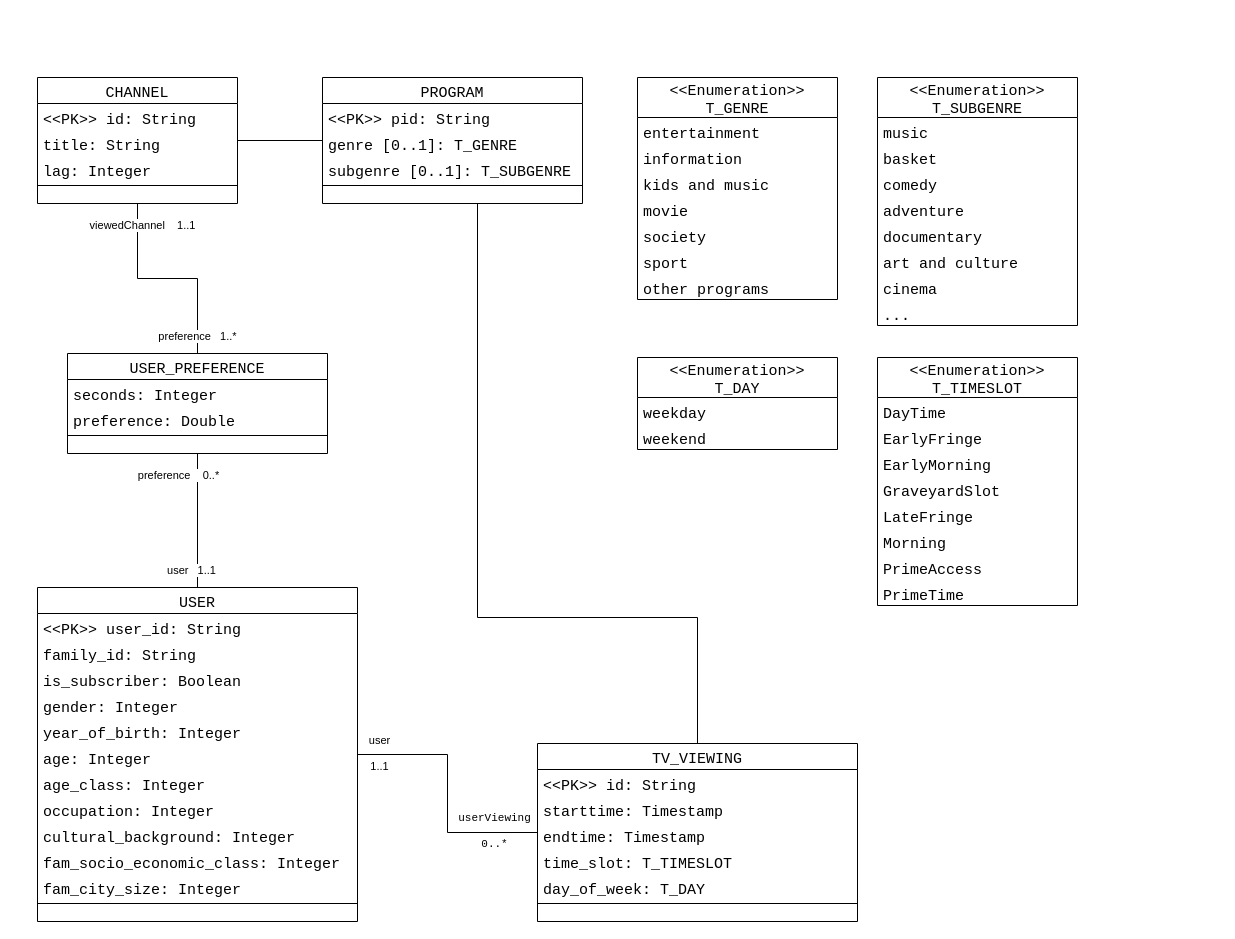
This is page "Conceptual Design" (1 of 2) of report/Auditel.drawio from CriDiba/couchbase-project, a draw.io file, before an edit. Source tidied: cells renumbered, new cells numbered last; positions are measured from the earlier drawing's top-left corner, leaving out a move shared by most shapes. Both pictures are drawn from the tidied source at 100%, with x=0, y=0 at pixel (37, 77).
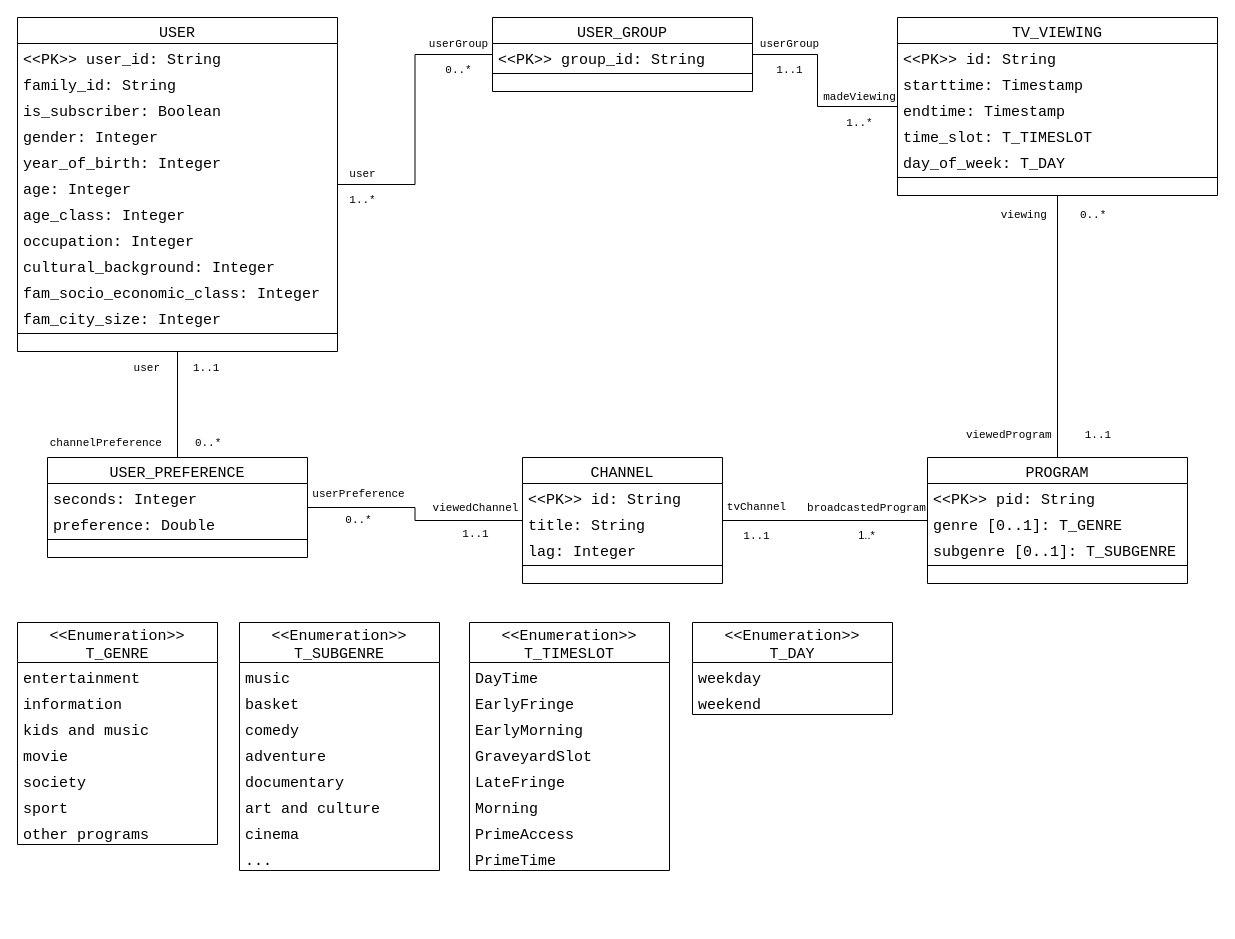
After the change.

Unchanged cells that the change refers to:
```xml
<mxCell id="8" style="edgeStyle=orthogonalEdgeStyle;rounded=0;jettySize=auto;html=1;endArrow=none;endFill=0;" parent="1" edge="1" source="9" target="2">
  <mxGeometry relative="1" as="geometry" />
</mxCell>
<mxCell id="32" style="edgeStyle=orthogonalEdgeStyle;rounded=0;jettySize=auto;html=1;endArrow=none;endFill=0;" parent="1" edge="1" source="38" target="55">
  <mxGeometry relative="1" as="geometry" />
</mxCell>
```

Change to the diagram source:
```diff
@@
     <mxCell id="2" value="CHANNEL" style="swimlane;fontStyle=0;horizontal=1;startSize=26;fillColor=none;fontFamily=Courier New;fontSize=15;" parent="1" vertex="1">
-      <mxGeometry width="200" height="126" as="geometry" />
+      <mxGeometry x="485" y="380" width="200" height="126" as="geometry" />
     </mxCell>
@@
+    <mxCell id="81" value="&lt;div&gt;&lt;font face=&quot;Courier New&quot;&gt;tvChannel&lt;/font&gt;&lt;/div&gt;&lt;div&gt;&lt;font face=&quot;Courier New&quot;&gt;&lt;br&gt;&lt;/font&gt;&lt;/div&gt;&lt;div&gt;&lt;font face=&quot;Courier New&quot;&gt;1..1&lt;/font&gt;&lt;br&gt;&lt;/div&gt;" style="edgeLabel;html=1;align=center;verticalAlign=middle;labelBackgroundColor=none;" parent="8" vertex="1">
+      <mxGeometry x="0.74" relative="1" as="geometry">
+        <mxPoint x="6" as="offset" />
+      </mxGeometry>
+    </mxCell>
+    <mxCell id="82" value="&lt;div&gt;&lt;font face=&quot;Courier New&quot;&gt;broadcastedProgram&lt;/font&gt;&lt;/div&gt;&lt;div&gt;&lt;font face=&quot;Courier New&quot;&gt;&lt;br&gt;&lt;/font&gt;&lt;/div&gt;1..*" style="edgeLabel;html=1;align=center;verticalAlign=middle;labelBackgroundColor=none;" parent="8" vertex="1">
+      <mxGeometry x="-0.56" y="-2" relative="1" as="geometry">
+        <mxPoint x="-17" y="2" as="offset" />
+      </mxGeometry>
+    </mxCell>
     <mxCell id="9" value="PROGRAM" style="swimlane;fontStyle=0;horizontal=1;startSize=26;fillColor=none;fontFamily=Courier New;fontSize=15;" parent="1" vertex="1">
-      <mxGeometry x="285" width="260" height="126" as="geometry" />
+      <mxGeometry x="890" y="380" width="260" height="126" as="geometry" />
     </mxCell>
@@
     <mxCell id="15" value="&lt;&lt;Enumeration&gt;&gt;&#10;T_GENRE" style="swimlane;fontStyle=0;horizontal=1;startSize=40;fillColor=none;fontFamily=Courier New;fontSize=15;" parent="1" vertex="1">
-      <mxGeometry x="600" width="200" height="222" as="geometry" />
+      <mxGeometry x="-20" y="545" width="200" height="222" as="geometry" />
     </mxCell>
@@
     <mxCell id="23" value="&lt;&lt;Enumeration&gt;&gt;&#10;T_SUBGENRE" style="swimlane;fontStyle=0;horizontal=1;startSize=40;fillColor=none;fontFamily=Courier New;fontSize=15;" parent="1" vertex="1">
-      <mxGeometry x="840" width="200" height="248" as="geometry" />
+      <mxGeometry x="202" y="545" width="200" height="248" as="geometry" />
     </mxCell>
@@
-    <mxCell id="33" value="preference&amp;nbsp;&amp;nbsp;&amp;nbsp; 0..*" style="edgeLabel;html=1;align=center;verticalAlign=middle;" parent="32" vertex="1">
+    <mxCell id="33" value="&lt;div&gt;&lt;font face=&quot;Courier New&quot;&gt;channelPreference&amp;nbsp;&amp;nbsp;&amp;nbsp;&amp;nbsp; 0..*&lt;/font&gt;&lt;/div&gt;" style="edgeLabel;html=1;align=center;verticalAlign=middle;labelBackgroundColor=none;" parent="32" vertex="1">
       <mxGeometry x="0.69" relative="1" as="geometry">
-        <mxPoint x="-20" as="offset" />
+        <mxPoint x="-43" y="1" as="offset" />
       </mxGeometry>
     </mxCell>
-    <mxCell id="34" value="user&amp;nbsp;&amp;nbsp; 1..1" style="edgeLabel;html=1;align=center;verticalAlign=middle;" parent="32" vertex="1">
+    <mxCell id="34" value="&lt;font face=&quot;Courier New&quot;&gt;user&amp;nbsp;&amp;nbsp;&amp;nbsp;&amp;nbsp; 1..1&lt;/font&gt;" style="edgeLabel;html=1;align=center;verticalAlign=middle;labelBackgroundColor=none;" parent="32" vertex="1">
       <mxGeometry x="-0.73" y="1" relative="1" as="geometry">
-        <mxPoint x="-6" as="offset" />
+        <mxPoint x="-3" y="2" as="offset" />
       </mxGeometry>
     </mxCell>
-    <mxCell id="35" style="edgeStyle=orthogonalEdgeStyle;rounded=0;jettySize=auto;html=1;endArrow=none;endFill=0;" parent="1" edge="1" source="38" target="61">
-      <mxGeometry relative="1" as="geometry" />
-    </mxCell>
-    <mxCell id="36" value="&lt;pre dir=&quot;ltr&quot; style=&quot;&quot; id=&quot;tw-target-text&quot; class=&quot;tw-data-text tw-text-large tw-ta&quot;&gt;&lt;span class=&quot;Y2IQFc&quot; lang=&quot;en&quot;&gt;userVi&lt;/span&gt;&lt;span class=&quot;Y2IQFc&quot; lang=&quot;en&quot;&gt;ewing&lt;/span&gt;&lt;br&gt;&lt;br&gt;0..*&lt;br&gt;&lt;/pre&gt;" style="edgeLabel;html=1;align=center;verticalAlign=middle;labelBackgroundColor=none;" parent="35" vertex="1">
-      <mxGeometry x="0.82" y="4" relative="1" as="geometry">
-        <mxPoint x="-21" y="2" as="offset" />
-      </mxGeometry>
-    </mxCell>
-    <mxCell id="37" value="&lt;div&gt;user&lt;/div&gt;&lt;div&gt;&lt;br&gt;&lt;/div&gt;&lt;div&gt;1..1&lt;/div&gt;" style="edgeLabel;html=1;align=center;verticalAlign=middle;labelBackgroundColor=none;" parent="35" vertex="1">
-      <mxGeometry x="-0.84" y="2" relative="1" as="geometry" />
-    </mxCell>
+    <mxCell id="83" style="edgeStyle=orthogonalEdgeStyle;rounded=0;jettySize=auto;html=1;fontFamily=Courier New;endArrow=none;endFill=0;" parent="1" edge="1" source="38" target="92">
+      <mxGeometry relative="1" as="geometry" />
+    </mxCell>
+    <mxCell id="84" value="&lt;div&gt;user&lt;/div&gt;&lt;div&gt;&lt;br&gt;&lt;/div&gt;&lt;div&gt;1..*&lt;br&gt;&lt;/div&gt;" style="edgeLabel;html=1;align=center;verticalAlign=middle;fontFamily=Courier New;labelBackgroundColor=none;" parent="83" vertex="1">
+      <mxGeometry x="-0.84" y="-2" relative="1" as="geometry">
+        <mxPoint x="1" as="offset" />
+      </mxGeometry>
+    </mxCell>
+    <mxCell id="85" value="&lt;div&gt;userGroup&lt;/div&gt;&lt;div&gt;&lt;br&gt;&lt;/div&gt;&lt;div&gt;0..*&lt;br&gt;&lt;/div&gt;" style="edgeLabel;html=1;align=center;verticalAlign=middle;fontFamily=Courier New;labelBackgroundColor=none;" parent="83" vertex="1">
+      <mxGeometry x="0.8" y="-2" relative="1" as="geometry">
+        <mxPoint x="-7" as="offset" />
+      </mxGeometry>
+    </mxCell>
     <mxCell id="38" value="USER" style="swimlane;fontStyle=0;horizontal=1;startSize=26;fillColor=none;fontFamily=Courier New;fontSize=15;" parent="1" vertex="1">
-      <mxGeometry y="510" width="320" height="334" as="geometry" />
+      <mxGeometry x="-20" y="-60" width="320" height="334" as="geometry" />
     </mxCell>
@@
-    <mxCell id="52" style="edgeStyle=orthogonalEdgeStyle;rounded=0;jettySize=auto;html=1;endArrow=none;endFill=0;" parent="1" edge="1" source="55" target="2">
-      <mxGeometry relative="1" as="geometry">
-        <Array as="points">
-          <mxPoint x="160" y="201" />
-          <mxPoint x="100" y="201" />
-        </Array>
-      </mxGeometry>
+    <mxCell id="52" style="edgeStyle=orthogonalEdgeStyle;rounded=0;jettySize=auto;html=1;fontFamily=Courier New;endArrow=none;endFill=0;" parent="1" edge="1" source="55" target="2">
+      <mxGeometry relative="1" as="geometry" />
     </mxCell>
-    <mxCell id="53" value="preference&amp;nbsp;&amp;nbsp; 1..*" style="edgeLabel;html=1;align=center;verticalAlign=middle;" parent="52" vertex="1">
-      <mxGeometry x="-0.83" y="1" relative="1" as="geometry" />
-    </mxCell>
-    <mxCell id="54" value="&lt;div&gt;viewedChannel&amp;nbsp;&amp;nbsp;&amp;nbsp; 1..1&lt;/div&gt;" style="edgeLabel;html=1;align=center;verticalAlign=middle;" parent="52" vertex="1">
-      <mxGeometry x="0.8" y="-4" relative="1" as="geometry" />
+    <mxCell id="54" value="&lt;div&gt;viewedChannel&lt;/div&gt;&lt;div&gt;&lt;br&gt;&lt;/div&gt;&lt;div&gt;1..1&lt;/div&gt;" style="edgeLabel;html=1;align=center;verticalAlign=middle;fontFamily=Courier New;labelBackgroundColor=none;" parent="52" vertex="1">
+      <mxGeometry x="0.45" relative="1" as="geometry">
+        <mxPoint x="15" as="offset" />
+      </mxGeometry>
     </mxCell>
+    <mxCell id="86" value="&lt;div&gt;userPreference&lt;/div&gt;&lt;div&gt;&lt;br&gt;&lt;/div&gt;&lt;div&gt;0..*&lt;/div&gt;" style="edgeLabel;html=1;align=center;verticalAlign=middle;fontFamily=Courier New;labelBackgroundColor=none;" parent="52" vertex="1">
+      <mxGeometry x="-0.89" y="-5" relative="1" as="geometry">
+        <mxPoint x="37" y="-6" as="offset" />
+      </mxGeometry>
+    </mxCell>
     <mxCell id="55" value="USER_PREFERENCE" style="swimlane;fontStyle=0;horizontal=1;startSize=26;fillColor=none;fontFamily=Courier New;fontSize=15;" parent="1" vertex="1">
-      <mxGeometry x="30" y="276" width="260" height="100" as="geometry" />
+      <mxGeometry x="10" y="380" width="260" height="100" as="geometry" />
     </mxCell>
@@
-    <mxCell id="60" style="edgeStyle=orthogonalEdgeStyle;rounded=0;jettySize=auto;html=1;endArrow=none;endFill=0;" parent="1" edge="1" source="61" target="9">
-      <mxGeometry relative="1" as="geometry">
-        <Array as="points">
-          <mxPoint x="660" y="540" />
-          <mxPoint x="440" y="540" />
-        </Array>
-      </mxGeometry>
+    <mxCell id="60" style="edgeStyle=orthogonalEdgeStyle;rounded=0;jettySize=auto;html=1;fontFamily=Courier New;endArrow=none;endFill=0;" parent="1" edge="1" source="61" target="9">
+      <mxGeometry relative="1" as="geometry" />
     </mxCell>
+    <mxCell id="87" value="viewedProgram&amp;nbsp;&amp;nbsp;&amp;nbsp;&amp;nbsp; 1..1" style="edgeLabel;html=1;align=center;verticalAlign=middle;fontFamily=Courier New;labelBackgroundColor=none;" parent="60" vertex="1">
+      <mxGeometry x="0.77" y="-2" relative="1" as="geometry">
+        <mxPoint x="-18" y="7" as="offset" />
+      </mxGeometry>
+    </mxCell>
+    <mxCell id="88" value="viewing&amp;nbsp;&amp;nbsp;&amp;nbsp;&amp;nbsp; 0..*" style="edgeLabel;html=1;align=center;verticalAlign=middle;fontFamily=Courier New;labelBackgroundColor=none;" parent="60" vertex="1">
+      <mxGeometry x="-0.78" y="4" relative="1" as="geometry">
+        <mxPoint x="-9" y="-10" as="offset" />
+      </mxGeometry>
+    </mxCell>
     <mxCell id="61" value="TV_VIEWING" style="swimlane;fontStyle=0;horizontal=1;startSize=26;fillColor=none;fontFamily=Courier New;fontSize=15;" parent="1" vertex="1">
-      <mxGeometry x="500" y="666" width="320" height="178" as="geometry" />
+      <mxGeometry x="860" y="-60" width="320" height="178" as="geometry" />
     </mxCell>
@@
     <mxCell id="69" value="&lt;&lt;Enumeration&gt;&gt;&#10;T_TIMESLOT" style="swimlane;fontStyle=0;horizontal=1;startSize=40;fillColor=none;fontFamily=Courier New;fontSize=15;" parent="1" vertex="1">
-      <mxGeometry x="840" y="280" width="200" height="248" as="geometry" />
+      <mxGeometry x="432" y="545" width="200" height="248" as="geometry" />
     </mxCell>
@@
     <mxCell id="78" value="&lt;&lt;Enumeration&gt;&gt;&#10;T_DAY" style="swimlane;fontStyle=0;horizontal=1;startSize=40;fillColor=none;fontFamily=Courier New;fontSize=15;" parent="1" vertex="1">
-      <mxGeometry x="600" y="280" width="200" height="92" as="geometry" />
+      <mxGeometry x="655" y="545" width="200" height="92" as="geometry" />
     </mxCell>
@@
+    <mxCell id="89" style="edgeStyle=orthogonalEdgeStyle;rounded=0;jettySize=auto;html=1;fontFamily=Courier New;endArrow=none;endFill=0;" parent="1" edge="1" source="92" target="61">
+      <mxGeometry relative="1" as="geometry">
+        <Array as="points">
+          <mxPoint x="780" y="-23" />
+          <mxPoint x="780" y="29" />
+        </Array>
+      </mxGeometry>
+    </mxCell>
+    <mxCell id="90" value="&lt;pre dir=&quot;ltr&quot; style=&quot;&quot; id=&quot;tw-target-text&quot; class=&quot;tw-data-text tw-text-large tw-ta&quot;&gt;&lt;font face=&quot;Courier New&quot;&gt;&lt;span class=&quot;Y2IQFc&quot; lang=&quot;en&quot;&gt;madeVi&lt;/span&gt;&lt;span class=&quot;Y2IQFc&quot; lang=&quot;en&quot;&gt;ewing&lt;/span&gt;&lt;br&gt;&lt;br&gt;1..*&lt;br&gt;&lt;/font&gt;&lt;/pre&gt;" style="edgeLabel;html=1;align=center;verticalAlign=middle;fontFamily=Courier New;labelBackgroundColor=none;" parent="89" vertex="1">
+      <mxGeometry x="0.95" y="-1" relative="1" as="geometry">
+        <mxPoint x="-34" y="2" as="offset" />
+      </mxGeometry>
+    </mxCell>
+    <mxCell id="91" value="&lt;div&gt;&lt;font face=&quot;Courier New&quot;&gt;userGroup&lt;br&gt;&lt;/font&gt;&lt;/div&gt;&lt;div&gt;&lt;font face=&quot;Courier New&quot;&gt;&lt;br&gt;&lt;/font&gt;&lt;/div&gt;&lt;div&gt;&lt;font face=&quot;Courier New&quot;&gt;1..1&lt;/font&gt;&lt;br&gt;&lt;/div&gt;" style="edgeLabel;html=1;align=center;verticalAlign=middle;fontFamily=Courier New;labelBackgroundColor=none;" parent="89" vertex="1">
+      <mxGeometry x="-0.87" y="-2" relative="1" as="geometry">
+        <mxPoint x="23" as="offset" />
+      </mxGeometry>
+    </mxCell>
+    <mxCell id="92" value="USER_GROUP" style="swimlane;fontStyle=0;horizontal=1;startSize=26;fillColor=none;fontFamily=Courier New;fontSize=15;" parent="1" vertex="1">
+      <mxGeometry x="455" y="-60" width="260" height="74" as="geometry" />
+    </mxCell>
+    <mxCell id="93" value="&lt;&lt;PK&gt;&gt; group_id: String" style="text;strokeColor=none;fillColor=none;align=left;verticalAlign=top;spacingLeft=4;spacingRight=4;overflow=hidden;fontFamily=Courier New;fontSize=15;" parent="92" vertex="1">
+      <mxGeometry y="26" width="260" height="26" as="geometry" />
+    </mxCell>
+    <mxCell id="94" style="line;strokeWidth=1;fillColor=none;align=left;verticalAlign=middle;spacingTop=-1;spacingLeft=3;spacingRight=3;labelPosition=right;fontFamily=Courier New;fontSize=15;" parent="92" vertex="1">
+      <mxGeometry y="52" width="260" height="8" as="geometry" />
+    </mxCell>
+    <mxCell id="95" style="text;strokeColor=none;fillColor=none;align=left;verticalAlign=middle;spacingTop=-1;spacingLeft=4;spacingRight=4;labelPosition=right;fontFamily=Courier New;fontSize=15;" parent="92" vertex="1">
+      <mxGeometry y="60" width="260" height="14" as="geometry" />
+    </mxCell>
```
